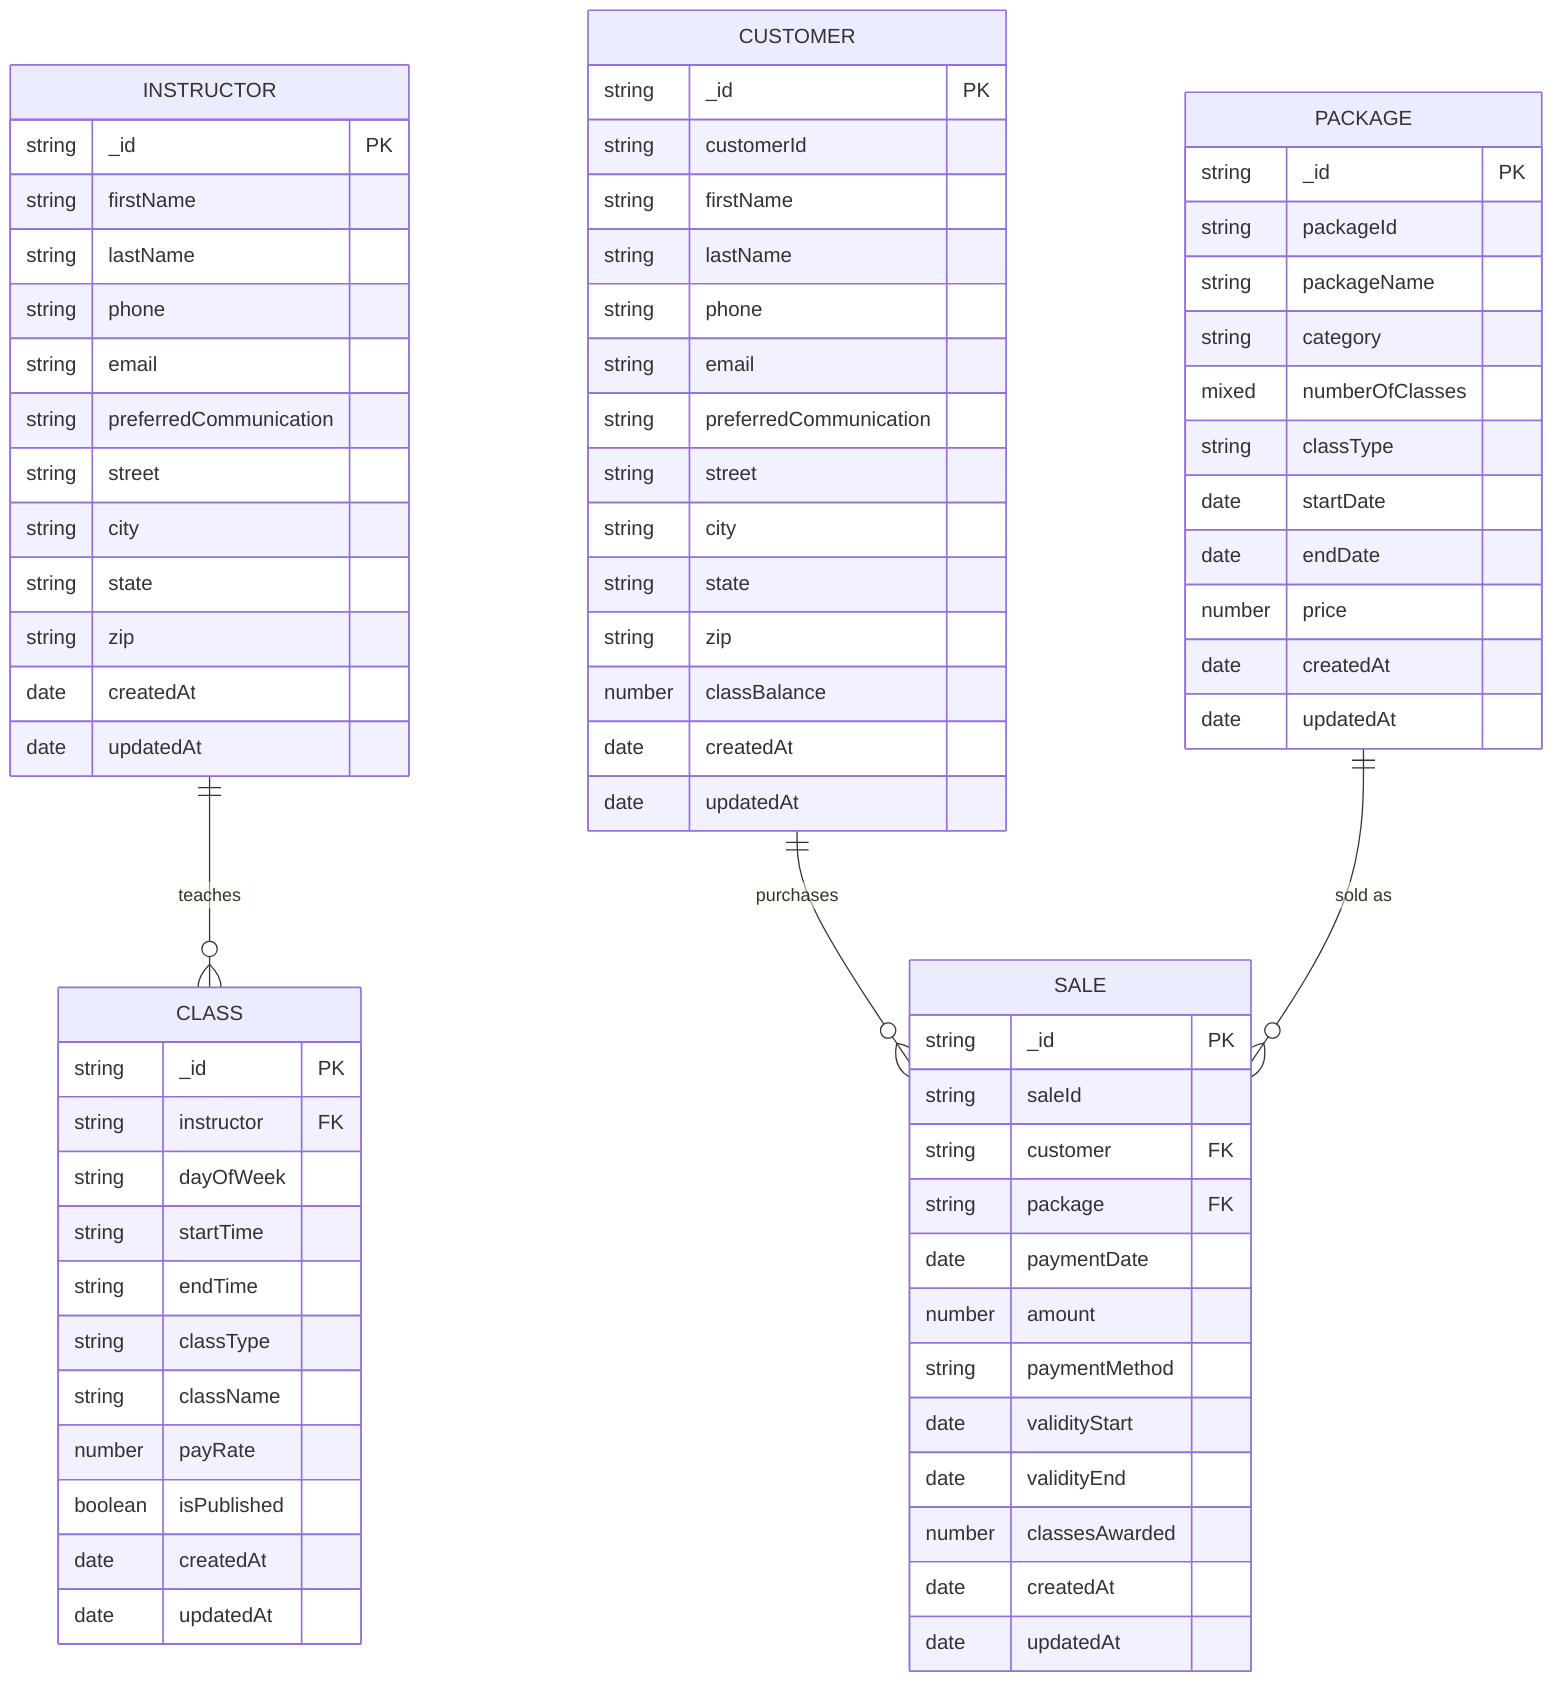
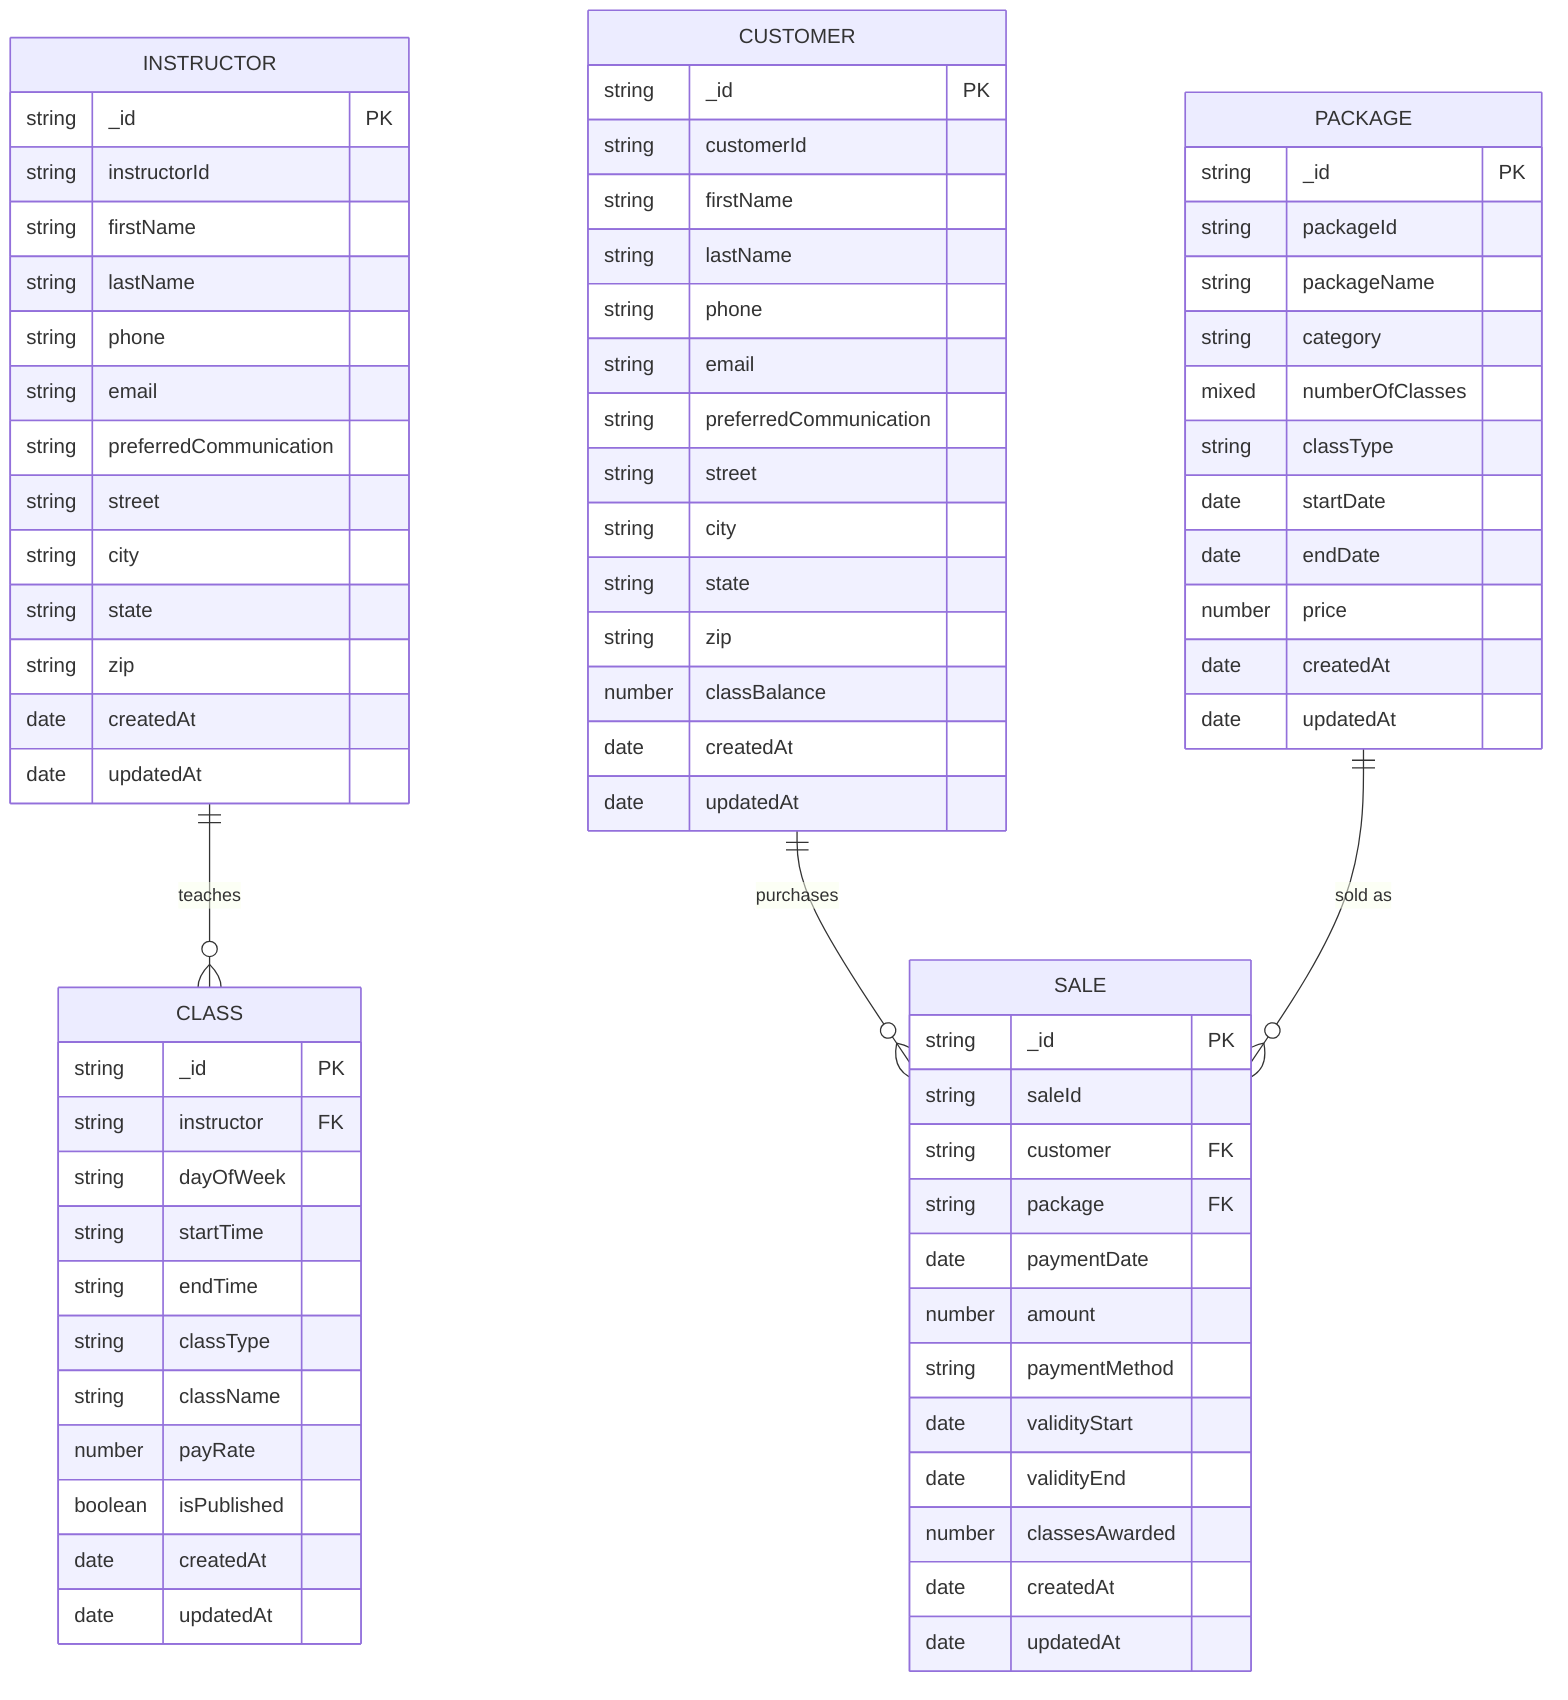
erDiagram
    INSTRUCTOR {
        string _id PK
+         string instructorId
        string firstName
        string lastName
        string phone
        string email
        string preferredCommunication
        string street
        string city
        string state
        string zip
        date createdAt
        date updatedAt
    }

    "CLASS" {
        string _id PK
        string instructor FK
        string dayOfWeek
        string startTime
        string endTime
        string classType
        string className
        number payRate
        boolean isPublished
        date createdAt
        date updatedAt
    }

    PACKAGE {
        string _id PK
        string packageId
        string packageName
        string category
        mixed numberOfClasses
        string classType
        date startDate
        date endDate
        number price
        date createdAt
        date updatedAt
    }

    CUSTOMER {
        string _id PK
        string customerId
        string firstName
        string lastName
        string phone
        string email
        string preferredCommunication
        string street
        string city
        string state
        string zip
        number classBalance
        date createdAt
        date updatedAt
    }

    SALE {
        string _id PK
        string saleId
        string customer FK
        string package FK
        date paymentDate
        number amount
        string paymentMethod
        date validityStart
        date validityEnd
        number classesAwarded
        date createdAt
        date updatedAt
    }

    INSTRUCTOR ||--o{ "CLASS" : teaches
    CUSTOMER ||--o{ SALE : purchases
    PACKAGE ||--o{ SALE : "sold as"
